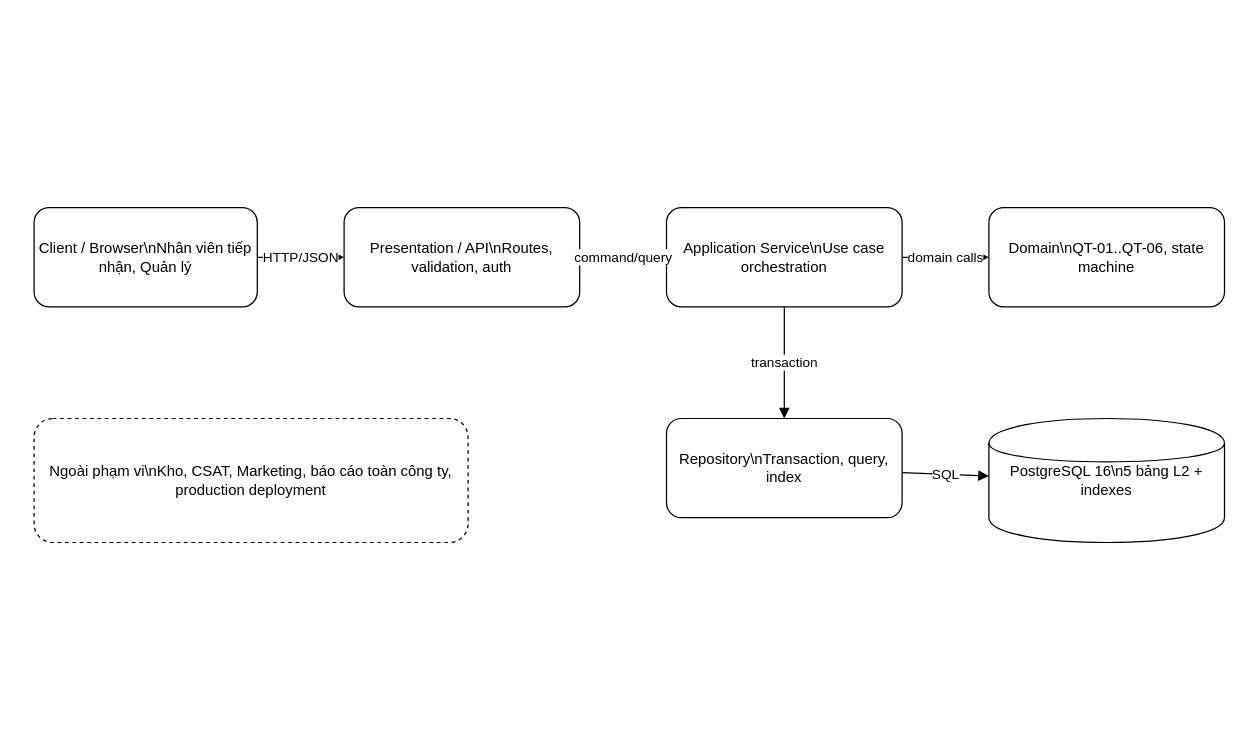
NguyenNamKhanh05/cdtn1-nguyennamkhanh-l2 keeps this draw.io diagram as docs/architecture.drawio. Above is the earlier version. Source tidied: cells renumbered, new cells numbered last; positions are measured from the earlier drawing's top-left corner, leaving out a move shared by most shapes. Both pictures are drawn from the tidied source at 124%, with x=0, y=0 at pixel (33, 207).
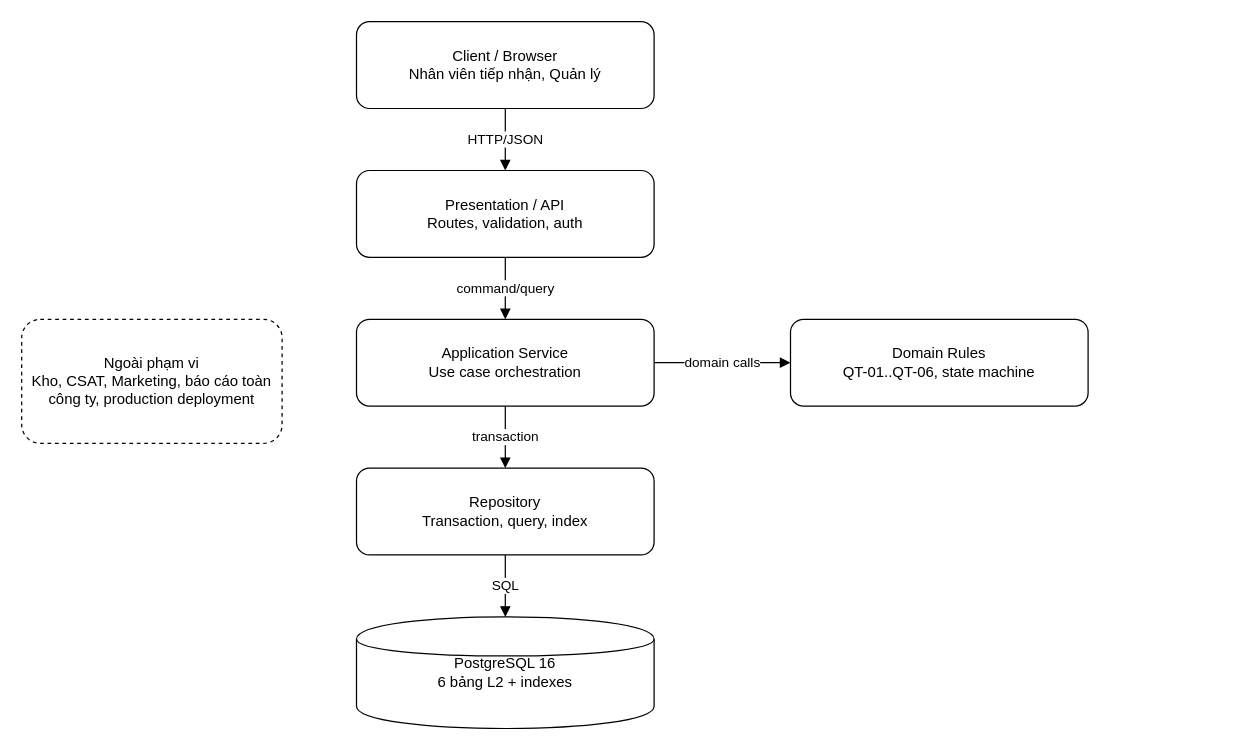
Above is the later version.

Diff of the diagram source:
```diff
@@
 <mxGraphModel>
   <root>
     <mxCell id="0" />
     <mxCell id="1" parent="0" />
-    <mxCell id="2" value="Client / Browser\nNhân viên tiếp nhận, Quản lý" style="rounded=1;whiteSpace=wrap;html=1;" parent="1" vertex="1">
-      <mxGeometry width="180" height="80" as="geometry" />
+    <mxCell id="2" value="Client / Browser&lt;div&gt;Nhân viên tiếp nhận, Quản lý&lt;/div&gt;" style="rounded=1;whiteSpace=wrap;html=1;" parent="1" vertex="1">
+      <mxGeometry x="260" y="-150" width="240" height="70" as="geometry" />
     </mxCell>
-    <mxCell id="3" value="Presentation / API\nRoutes, validation, auth" style="rounded=1;whiteSpace=wrap;html=1;" parent="1" vertex="1">
-      <mxGeometry x="250" width="190" height="80" as="geometry" />
+    <mxCell id="3" value="Presentation / API&lt;div&gt;Routes, validation, auth&lt;/div&gt;" style="rounded=1;whiteSpace=wrap;html=1;" parent="1" vertex="1">
+      <mxGeometry x="260" y="-30" width="240" height="70" as="geometry" />
     </mxCell>
-    <mxCell id="4" value="Application Service\nUse case orchestration" style="rounded=1;whiteSpace=wrap;html=1;" parent="1" vertex="1">
-      <mxGeometry x="510" width="190" height="80" as="geometry" />
+    <mxCell id="4" value="Application Service&lt;div&gt;Use case orchestration&lt;/div&gt;" style="rounded=1;whiteSpace=wrap;html=1;" parent="1" vertex="1">
+      <mxGeometry x="260" y="90" width="240" height="70" as="geometry" />
     </mxCell>
-    <mxCell id="5" value="Domain\nQT-01..QT-06, state machine" style="rounded=1;whiteSpace=wrap;html=1;" parent="1" vertex="1">
-      <mxGeometry x="770" width="190" height="80" as="geometry" />
+    <mxCell id="5" value="Domain Rules&lt;div&gt;QT-01..QT-06, state machine&lt;/div&gt;" style="rounded=1;whiteSpace=wrap;html=1;" parent="1" vertex="1">
+      <mxGeometry x="610" y="90" width="240" height="70" as="geometry" />
     </mxCell>
-    <mxCell id="6" value="Repository\nTransaction, query, index" style="rounded=1;whiteSpace=wrap;html=1;" parent="1" vertex="1">
-      <mxGeometry x="510" y="170" width="190" height="80" as="geometry" />
+    <mxCell id="6" value="Repository&lt;div&gt;Transaction, query, index&lt;/div&gt;" style="rounded=1;whiteSpace=wrap;html=1;" parent="1" vertex="1">
+      <mxGeometry x="260" y="210" width="240" height="70" as="geometry" />
     </mxCell>
-    <mxCell id="7" value="PostgreSQL 16\n5 bảng L2 + indexes" style="shape=cylinder;whiteSpace=wrap;html=1;" parent="1" vertex="1">
-      <mxGeometry x="770" y="170" width="190" height="100" as="geometry" />
+    <mxCell id="7" value="PostgreSQL 16&lt;div&gt;6 bảng L2 + indexes&lt;/div&gt;" style="shape=cylinder;whiteSpace=wrap;html=1;" parent="1" vertex="1">
+      <mxGeometry x="260" y="330" width="240" height="90" as="geometry" />
     </mxCell>
-    <mxCell id="8" value="Ngoài phạm vi\nKho, CSAT, Marketing, báo cáo toàn công ty, production deployment" style="rounded=1;dashed=1;whiteSpace=wrap;html=1;" parent="1" vertex="1">
-      <mxGeometry y="170" width="350" height="100" as="geometry" />
+    <mxCell id="8" value="Ngoài phạm vi&lt;div&gt;Kho, CSAT, Marketing, báo cáo toàn công ty, production deployment&lt;/div&gt;" style="rounded=1;dashed=1;whiteSpace=wrap;html=1;" parent="1" vertex="1">
+      <mxGeometry x="-10" y="90" width="210" height="100" as="geometry" />
     </mxCell>
     <mxCell id="9" value="HTTP/JSON" style="endArrow=block;html=1;" parent="1" edge="1" source="2" target="3">
       <mxGeometry relative="1" as="geometry" />
     </mxCell>
     <mxCell id="10" value="command/query" style="endArrow=block;html=1;" parent="1" edge="1" source="3" target="4">
       <mxGeometry relative="1" as="geometry" />
     </mxCell>
     <mxCell id="11" value="domain calls" style="endArrow=block;html=1;" parent="1" edge="1" source="4" target="5">
       <mxGeometry relative="1" as="geometry" />
     </mxCell>
     <mxCell id="12" value="transaction" style="endArrow=block;html=1;" parent="1" edge="1" source="4" target="6">
       <mxGeometry relative="1" as="geometry" />
     </mxCell>
     <mxCell id="13" value="SQL" style="endArrow=block;html=1;" parent="1" edge="1" source="6" target="7">
       <mxGeometry relative="1" as="geometry" />
     </mxCell>
   </root>
 </mxGraphModel>
```
